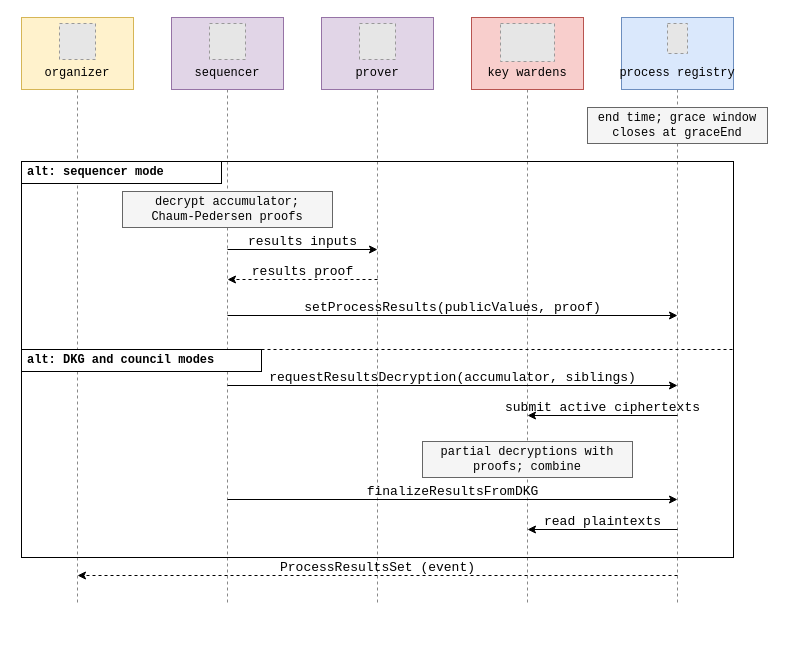
vocdoni/davinci-paper keeps this draw.io diagram as v2/figures/protocol-flow-results.drawio. Above is the earlier version. Source tidied: cells renumbered, new cells numbered last; positions are measured from the earlier drawing's top-left corner, leaving out a move shared by most shapes. Both pictures are drawn from the tidied source at 100%, with x=0, y=0 at pixel (17, 17). Pictures stored in the file or linked from it are replaced by grey dashed boxes.
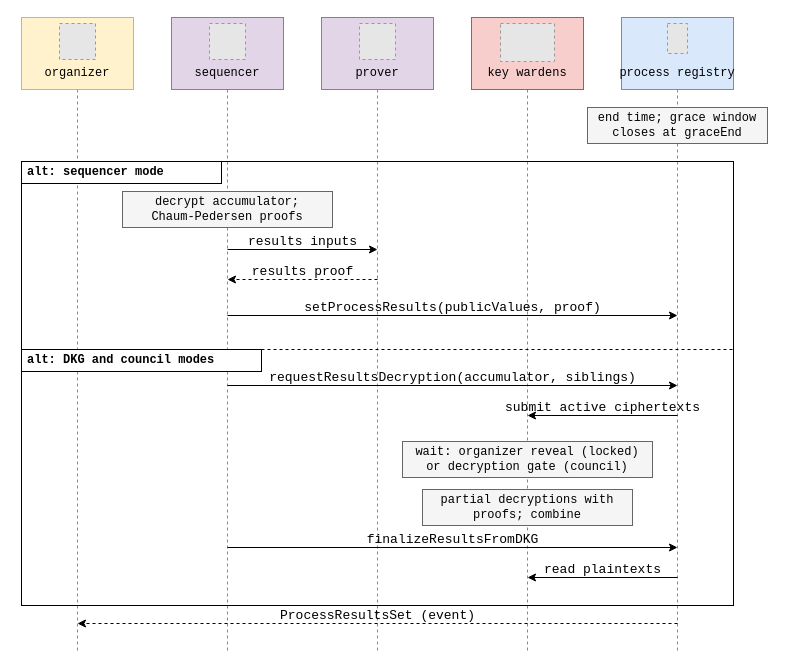
Above is the later version.

The edit, as a diff of the source:
```diff
@@
+    <mxCell id="37" style="html=1;rounded=0;endArrow=none;startArrow=none;endSize=6;startSize=6;fontSize=10;fontFamily=Courier New;strokeColor=#888888;strokeWidth=1;dashed=1;labelBackgroundColor=#ffffff;" parent="1" edge="1">
+      <mxGeometry relative="1" as="geometry">
+        <mxPoint x="660" y="72" as="sourcePoint" />
+        <mxPoint x="660" y="636" as="targetPoint" />
+      </mxGeometry>
+    </mxCell>
     <mxCell id="2" style="html=1;rounded=0;endArrow=none;startArrow=none;endSize=6;startSize=6;fontSize=10;fontFamily=Courier New;strokeColor=#888888;strokeWidth=1;dashed=1;labelBackgroundColor=#ffffff;" parent="1" edge="1">
       <mxGeometry relative="1" as="geometry">
-        <mxPoint x="660" y="72" as="sourcePoint" />
-        <mxPoint x="660" y="588" as="targetPoint" />
+        <mxPoint x="510" y="72" as="sourcePoint" />
+        <mxPoint x="510" y="636" as="targetPoint" />
       </mxGeometry>
     </mxCell>
     <mxCell id="3" style="html=1;rounded=0;endArrow=none;startArrow=none;endSize=6;startSize=6;fontSize=10;fontFamily=Courier New;strokeColor=#888888;strokeWidth=1;dashed=1;labelBackgroundColor=#ffffff;" parent="1" edge="1">
       <mxGeometry relative="1" as="geometry">
-        <mxPoint x="510" y="72" as="sourcePoint" />
-        <mxPoint x="510" y="588" as="targetPoint" />
+        <mxPoint x="360" y="72" as="sourcePoint" />
+        <mxPoint x="360" y="636" as="targetPoint" />
       </mxGeometry>
     </mxCell>
     <mxCell id="4" style="html=1;rounded=0;endArrow=none;startArrow=none;endSize=6;startSize=6;fontSize=10;fontFamily=Courier New;strokeColor=#888888;strokeWidth=1;dashed=1;labelBackgroundColor=#ffffff;" parent="1" edge="1">
       <mxGeometry relative="1" as="geometry">
-        <mxPoint x="360" y="72" as="sourcePoint" />
-        <mxPoint x="360" y="588" as="targetPoint" />
+        <mxPoint x="210" y="72" as="sourcePoint" />
+        <mxPoint x="210" y="636" as="targetPoint" />
       </mxGeometry>
     </mxCell>
     <mxCell id="5" style="html=1;rounded=0;endArrow=none;startArrow=none;endSize=6;startSize=6;fontSize=10;fontFamily=Courier New;strokeColor=#888888;strokeWidth=1;dashed=1;labelBackgroundColor=#ffffff;" parent="1" edge="1">
       <mxGeometry relative="1" as="geometry">
-        <mxPoint x="210" y="72" as="sourcePoint" />
-        <mxPoint x="210" y="588" as="targetPoint" />
+        <mxPoint x="60" y="72" as="sourcePoint" />
+        <mxPoint x="60" y="636" as="targetPoint" />
       </mxGeometry>
     </mxCell>
-    <mxCell id="6" style="html=1;rounded=0;endArrow=none;startArrow=none;endSize=6;startSize=6;fontSize=10;fontFamily=Courier New;strokeColor=#888888;strokeWidth=1;dashed=1;labelBackgroundColor=#ffffff;" parent="1" edge="1">
-      <mxGeometry relative="1" as="geometry">
-        <mxPoint x="60" y="72" as="sourcePoint" />
-        <mxPoint x="60" y="588" as="targetPoint" />
-      </mxGeometry>
-    </mxCell>
-    <mxCell id="7" style="rounded=0;whiteSpace=wrap;html=1;fontSize=11;fillColor=none;strokeColor=#000000;fontFamily=Courier New;verticalAlign=top;align=center;spacingTop=4;spacingLeft=6;fontStyle=1;" parent="1" vertex="1">
-      <mxGeometry x="4" y="144" width="712" height="396" as="geometry" />
-    </mxCell>
+    <mxCell id="36" style="rounded=0;whiteSpace=wrap;html=1;fontSize=11;fillColor=none;strokeColor=#000000;fontFamily=Courier New;verticalAlign=top;align=center;spacingTop=4;spacingLeft=6;fontStyle=1;" parent="1" vertex="1">
+      <mxGeometry x="4" y="144" width="712" height="444" as="geometry" />
+    </mxCell>
@@
-    <mxCell id="30" value="partial decryptions with&lt;br&gt;proofs; combine" style="rounded=0;whiteSpace=wrap;html=1;fontSize=12;fillColor=#f5f5f5;strokeColor=#666666;fontFamily=Courier New;align=center;verticalAlign=middle;" parent="1" vertex="1">
-      <mxGeometry x="405" y="424" width="210" height="36" as="geometry" />
+    <mxCell id="30" value="wait: organizer reveal (locked)&lt;br&gt;or decryption gate (council)" style="rounded=0;whiteSpace=wrap;html=1;fontSize=12;fillColor=#f5f5f5;strokeColor=#666666;fontFamily=Courier New;align=center;verticalAlign=middle;" parent="1" vertex="1">
+      <mxGeometry x="385" y="424" width="250" height="36" as="geometry" />
     </mxCell>
-    <mxCell id="31" value="finalizeResultsFromDKG" style="html=1;rounded=0;endArrow=classic;startArrow=none;endSize=6;startSize=6;fontSize=13;fontFamily=Courier New;strokeColor=#000000;strokeWidth=1;labelBackgroundColor=none;" parent="1" edge="1">
-      <mxGeometry relative="1" as="geometry">
-        <mxPoint x="210" y="482" as="sourcePoint" />
-        <mxPoint x="660" y="482" as="targetPoint" />
-        <mxPoint y="-8" as="offset" />
-      </mxGeometry>
+    <mxCell id="31" value="partial decryptions with&lt;br&gt;proofs; combine" style="rounded=0;whiteSpace=wrap;html=1;fontSize=12;fillColor=#f5f5f5;strokeColor=#666666;fontFamily=Courier New;align=center;verticalAlign=middle;" parent="1" vertex="1">
+      <mxGeometry x="405" y="472" width="210" height="36" as="geometry" />
     </mxCell>
-    <mxCell id="32" value="read plaintexts" style="html=1;rounded=0;endArrow=classic;startArrow=none;endSize=6;startSize=6;fontSize=13;fontFamily=Courier New;strokeColor=#000000;strokeWidth=1;labelBackgroundColor=none;" parent="1" edge="1">
+    <mxCell id="32" value="finalizeResultsFromDKG" style="html=1;rounded=0;endArrow=classic;startArrow=none;endSize=6;startSize=6;fontSize=13;fontFamily=Courier New;strokeColor=#000000;strokeWidth=1;labelBackgroundColor=none;" parent="1" edge="1">
       <mxGeometry relative="1" as="geometry">
-        <mxPoint x="660" y="512" as="sourcePoint" />
-        <mxPoint x="510" y="512" as="targetPoint" />
+        <mxPoint x="210" y="530" as="sourcePoint" />
+        <mxPoint x="660" y="530" as="targetPoint" />
         <mxPoint y="-8" as="offset" />
       </mxGeometry>
     </mxCell>
-    <mxCell id="33" style="html=1;rounded=0;endArrow=none;startArrow=none;endSize=6;startSize=6;fontSize=10;fontFamily=Courier New;strokeColor=#000000;strokeWidth=1;dashed=1;labelBackgroundColor=#ffffff;" parent="1" edge="1">
+    <mxCell id="33" value="read plaintexts" style="html=1;rounded=0;endArrow=classic;startArrow=none;endSize=6;startSize=6;fontSize=13;fontFamily=Courier New;strokeColor=#000000;strokeWidth=1;labelBackgroundColor=none;" parent="1" edge="1">
       <mxGeometry relative="1" as="geometry">
-        <mxPoint x="4" y="332" as="sourcePoint" />
-        <mxPoint x="716" y="332" as="targetPoint" />
+        <mxPoint x="660" y="560" as="sourcePoint" />
+        <mxPoint x="510" y="560" as="targetPoint" />
+        <mxPoint y="-8" as="offset" />
       </mxGeometry>
     </mxCell>
-    <mxCell id="34" value="alt: DKG and council modes" style="rounded=0;whiteSpace=wrap;html=1;fontSize=12;fillColor=#ffffff;strokeColor=#000000;fontFamily=Courier New;align=left;verticalAlign=middle;fontStyle=1;spacingLeft=4;" parent="1" vertex="1">
-      <mxGeometry x="4" y="332" width="240" height="22" as="geometry" />
+    <mxCell id="34" style="html=1;rounded=0;endArrow=none;startArrow=none;endSize=6;startSize=6;fontSize=10;fontFamily=Courier New;strokeColor=#000000;strokeWidth=1;dashed=1;labelBackgroundColor=#ffffff;" parent="1" edge="1">
+      <mxGeometry relative="1" as="geometry">
+        <mxPoint x="4" y="332" as="sourcePoint" />
+        <mxPoint x="716" y="332" as="targetPoint" />
+      </mxGeometry>
     </mxCell>
-    <mxCell id="35" value="ProcessResultsSet (event)" style="html=1;rounded=0;endArrow=classic;startArrow=none;endSize=6;startSize=6;fontSize=13;fontFamily=Courier New;strokeColor=#000000;strokeWidth=1;dashed=1;labelBackgroundColor=none;" parent="1" edge="1">
-      <mxGeometry relative="1" as="geometry">
-        <mxPoint x="660" y="558" as="sourcePoint" />
-        <mxPoint x="60" y="558" as="targetPoint" />
-        <mxPoint y="-8" as="offset" />
-      </mxGeometry>
+    <mxCell id="35" value="alt: DKG and council modes" style="rounded=0;whiteSpace=wrap;html=1;fontSize=12;fillColor=#ffffff;strokeColor=#000000;fontFamily=Courier New;align=left;verticalAlign=middle;fontStyle=1;spacingLeft=4;" parent="1" vertex="1">
+      <mxGeometry x="4" y="332" width="240" height="22" as="geometry" />
     </mxCell>
-    <mxCell id="36" value="alt: sequencer mode" style="rounded=0;whiteSpace=wrap;html=1;fontSize=12;fillColor=#ffffff;strokeColor=#000000;fontFamily=Courier New;align=left;verticalAlign=middle;fontStyle=1;spacingLeft=4;" parent="1" vertex="1">
-      <mxGeometry x="4" y="144" width="200" height="22" as="geometry" />
-    </mxCell>
+    <mxCell id="7" value="ProcessResultsSet (event)" style="html=1;rounded=0;endArrow=classic;startArrow=none;endSize=6;startSize=6;fontSize=13;fontFamily=Courier New;strokeColor=#000000;strokeWidth=1;dashed=1;labelBackgroundColor=none;" parent="1" edge="1">
+      <mxGeometry relative="1" as="geometry">
+        <mxPoint x="660" y="606" as="sourcePoint" />
+        <mxPoint x="60" y="606" as="targetPoint" />
+        <mxPoint y="-8" as="offset" />
+      </mxGeometry>
+    </mxCell>
+    <mxCell id="6" value="alt: sequencer mode" style="rounded=0;whiteSpace=wrap;html=1;fontSize=12;fillColor=#ffffff;strokeColor=#000000;fontFamily=Courier New;align=left;verticalAlign=middle;fontStyle=1;spacingLeft=4;" parent="1" vertex="1">
+      <mxGeometry x="4" y="144" width="200" height="22" as="geometry" />
+    </mxCell>
```
